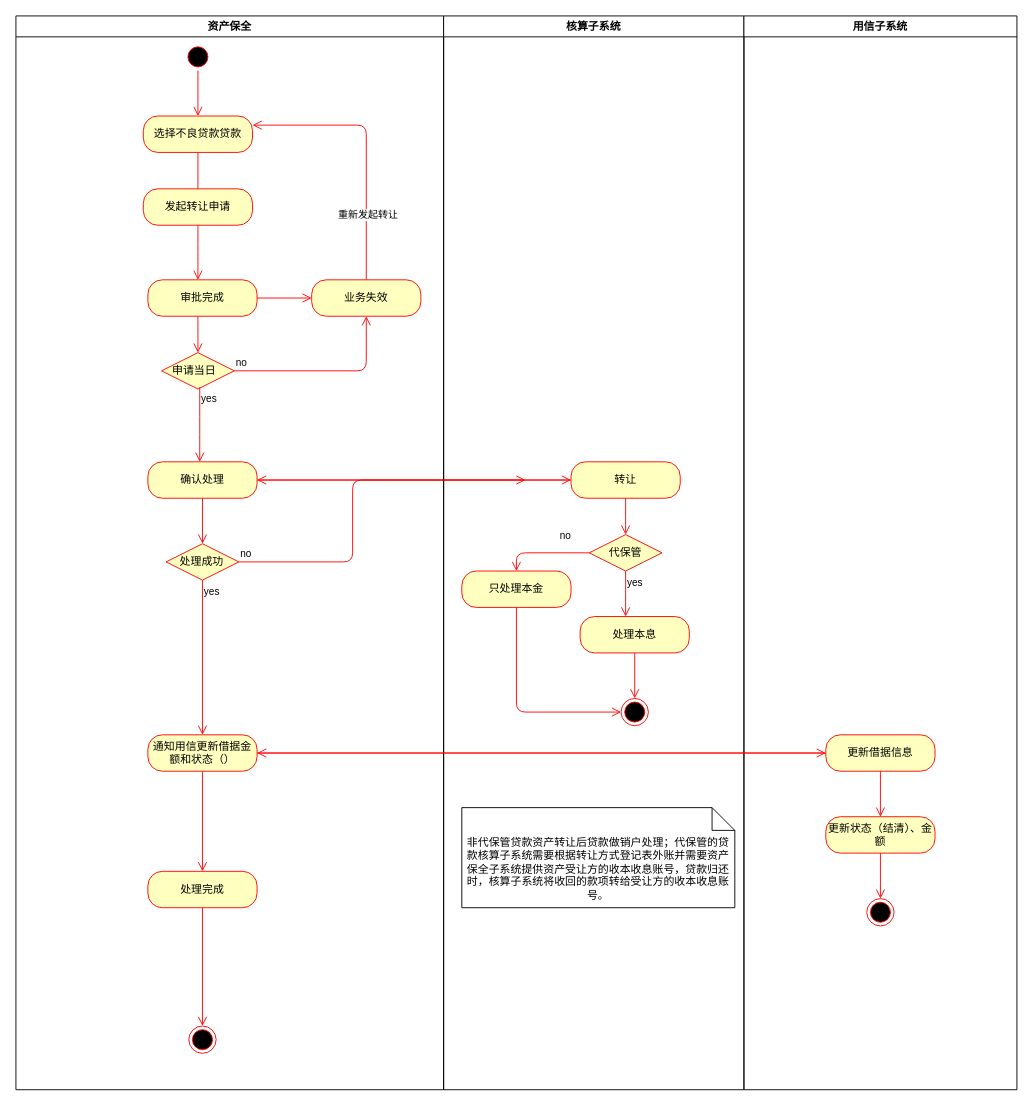
This is page "转让" (5 of 12) of 资产保全流程.drawio from MinDaHu/UML, a draw.io file, before an edit. Source tidied: cells renumbered, new cells numbered last; positions are measured from the earlier drawing's top-left corner, leaving out a move shared by most shapes. Both pictures are drawn from the tidied source at 91%, with x=0, y=0 at pixel (15, 15).
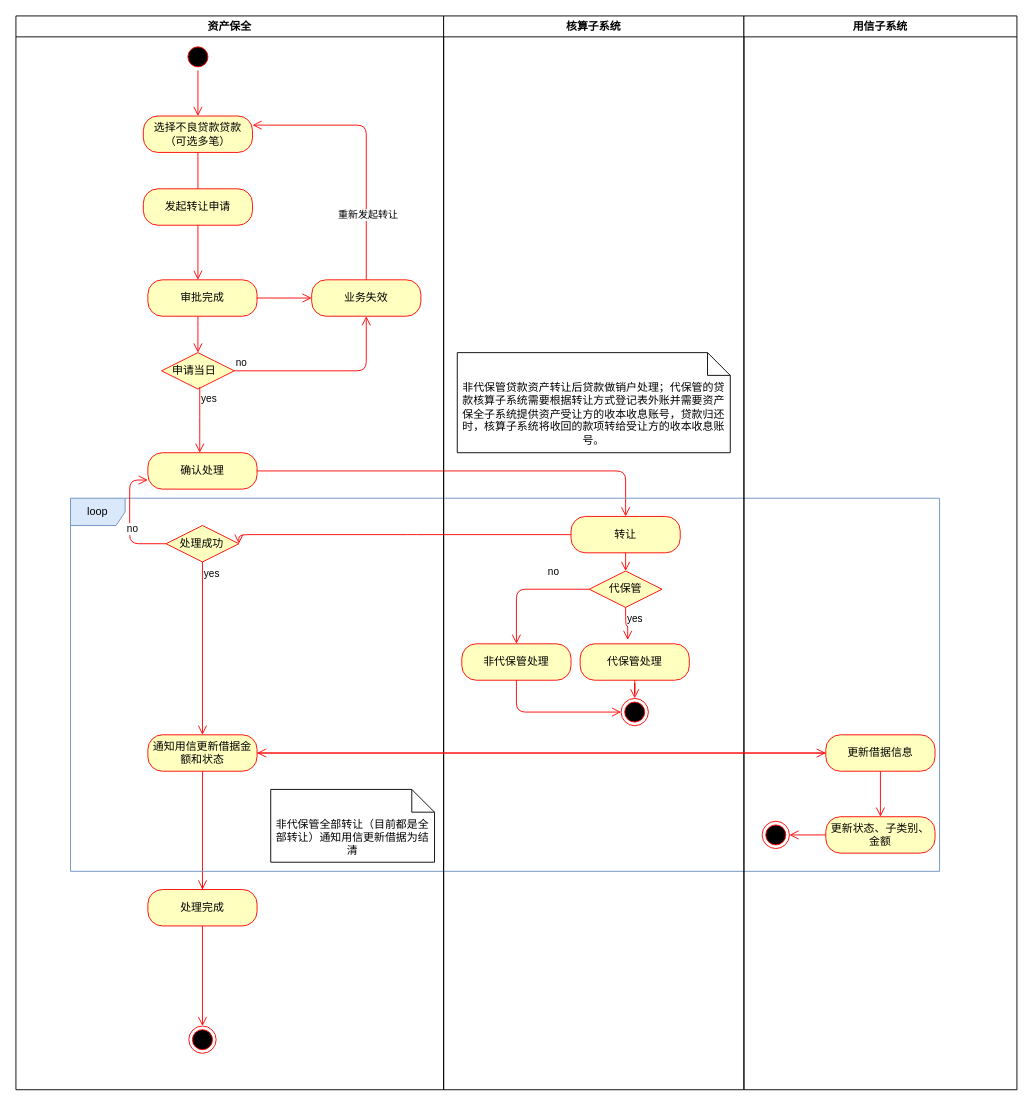
The same page after the edit.

Unchanged cells that the change refers to:
```xml
<mxCell id="22" value="资产保全" style="swimlane;align=center;" parent="1" vertex="1">
  <mxGeometry width="470" height="1180" as="geometry" />
</mxCell>
<mxCell id="29" value="核算子系统" style="swimlane;align=center;" parent="1" vertex="1">
  <mxGeometry x="470" width="330" height="1180" as="geometry" />
</mxCell>
<mxCell id="42" value="用信子系统" style="swimlane;align=center;" parent="1" vertex="1">
  <mxGeometry x="800" width="300" height="1180" as="geometry" />
</mxCell>
```

Diff of the diagram source:
```diff
@@
-    <mxCell id="3" value="选择不良贷款贷款" style="rounded=1;whiteSpace=wrap;html=1;arcSize=40;fontColor=#000000;fillColor=#ffffc0;strokeColor=#ff0000;align=center;" parent="1" vertex="1">
+    <mxCell id="3" value="选择不良贷款贷款（可选多笔）" style="rounded=1;whiteSpace=wrap;html=1;arcSize=40;fontColor=#000000;fillColor=#ffffc0;strokeColor=#ff0000;align=center;" parent="1" vertex="1">
       <mxGeometry x="140" y="110" width="120" height="40" as="geometry" />
     </mxCell>
@@
-    <mxCell id="10" style="edgeStyle=orthogonalEdgeStyle;jettySize=auto;html=1;endArrow=open;endSize=8;strokeColor=#ff0000;" parent="1" edge="1" source="12">
-      <mxGeometry relative="1" as="geometry">
-        <mxPoint x="610" y="510" as="targetPoint" />
-      </mxGeometry>
+    <mxCell id="10" style="edgeStyle=orthogonalEdgeStyle;jettySize=auto;html=1;endArrow=open;endSize=8;strokeColor=#ff0000;entryX=0.5;entryY=0;entryDx=0;entryDy=0;" parent="1" edge="1" source="12" target="30">
+      <mxGeometry relative="1" as="geometry" />
     </mxCell>
-    <mxCell id="11" style="edgeStyle=orthogonalEdgeStyle;jettySize=auto;html=1;entryX=0.5;entryY=0;entryDx=0;entryDy=0;endArrow=open;endSize=8;strokeColor=#ff0000;" parent="1" edge="1" source="12" target="19">
-      <mxGeometry relative="1" as="geometry" />
-    </mxCell>
-    <mxCell id="12" value="确认处理" style="rounded=1;whiteSpace=wrap;html=1;arcSize=40;fontColor=#000000;fillColor=#ffffc0;strokeColor=#ff0000;align=center;" parent="1" vertex="1">
-      <mxGeometry x="145" y="490" width="120" height="40" as="geometry" />
-    </mxCell>
@@
-    <mxCell id="18" value="yes" style="edgeStyle=orthogonalEdgeStyle;html=1;align=left;verticalAlign=top;endArrow=open;endSize=8;strokeColor=#ff0000;entryX=0.417;entryY=0;entryDx=0;entryDy=0;entryPerimeter=0;" parent="1" edge="1">
+    <mxCell id="18" value="yes" style="edgeStyle=orthogonalEdgeStyle;html=1;align=left;verticalAlign=top;endArrow=open;endSize=8;strokeColor=#ff0000;" parent="1" edge="1">
       <mxGeometry x="-1" relative="1" as="geometry">
         <mxPoint x="202" y="408" as="sourcePoint" />
-        <mxPoint x="202" y="490" as="targetPoint" />
+        <mxPoint x="202" y="480" as="targetPoint" />
         <Array as="points">
           <mxPoint x="202" y="450" />
           <mxPoint x="202" y="450" />
         </Array>
       </mxGeometry>
     </mxCell>
-    <mxCell id="19" value="&amp;nbsp; &amp;nbsp; 处理成功" style="rhombus;whiteSpace=wrap;html=1;fillColor=#ffffc0;strokeColor=#ff0000;align=left;" parent="1" vertex="1">
-      <mxGeometry x="165" y="580" width="80" height="40" as="geometry" />
-    </mxCell>
-    <mxCell id="20" value="no" style="edgeStyle=orthogonalEdgeStyle;html=1;align=left;verticalAlign=bottom;endArrow=open;endSize=8;strokeColor=#ff0000;" parent="1" edge="1" source="19">
-      <mxGeometry x="-1" relative="1" as="geometry">
-        <mxPoint x="560" y="510" as="targetPoint" />
-        <Array as="points">
-          <mxPoint x="370" y="600" />
-          <mxPoint x="370" y="510" />
-        </Array>
-      </mxGeometry>
-    </mxCell>
-    <mxCell id="21" value="yes" style="edgeStyle=orthogonalEdgeStyle;html=1;align=left;verticalAlign=top;endArrow=open;endSize=8;strokeColor=#ff0000;" parent="1" edge="1" source="19" target="26">
-      <mxGeometry x="-1" relative="1" as="geometry" />
-    </mxCell>
@@
-    <mxCell id="26" value="通知用信更新借据金额和状态（）" style="rounded=1;whiteSpace=wrap;html=1;arcSize=40;fontColor=#000000;fillColor=#ffffc0;strokeColor=#ff0000;align=center;" parent="22" vertex="1">
+    <mxCell id="26" value="通知用信更新借据金额和状态" style="rounded=1;whiteSpace=wrap;html=1;arcSize=40;fontColor=#000000;fillColor=#ffffc0;strokeColor=#ff0000;align=center;" parent="22" vertex="1">
       <mxGeometry x="145" y="790" width="120" height="40" as="geometry" />
     </mxCell>
@@
     <mxCell id="28" value="处理完成" style="rounded=1;whiteSpace=wrap;html=1;arcSize=40;fontColor=#000000;fillColor=#ffffc0;strokeColor=#ff0000;align=center;" parent="22" vertex="1">
-      <mxGeometry x="145" y="940" width="120" height="40" as="geometry" />
+      <mxGeometry x="145" y="960" width="120" height="40" as="geometry" />
     </mxCell>
+    <mxCell id="50" value="非代保管全部转让（目前都是全部转让）通知用信更新借据为结清" style="shape=note2;boundedLbl=1;whiteSpace=wrap;html=1;size=25;verticalAlign=top;align=center;" parent="22" vertex="1">
+      <mxGeometry x="280" y="850" width="180" height="80" as="geometry" />
+    </mxCell>
+    <mxCell id="51" value="loop" style="shape=umlFrame;whiteSpace=wrap;html=1;align=center;fillColor=#dae8fc;strokeColor=#6c8ebf;" parent="22" vertex="1">
+      <mxGeometry x="60" y="530" width="955" height="410" as="geometry" />
+    </mxCell>
+    <mxCell id="52" style="edgeStyle=orthogonalEdgeStyle;jettySize=auto;html=1;entryX=0;entryY=0.75;entryDx=0;entryDy=0;endArrow=open;endSize=8;strokeColor=#ff0000;" parent="22" edge="1" source="19" target="12">
+      <mxGeometry relative="1" as="geometry">
+        <Array as="points">
+          <mxPoint x="125" y="580" />
+          <mxPoint x="125" y="510" />
+        </Array>
+      </mxGeometry>
+    </mxCell>
+    <mxCell id="20" value="no" style="edgeLabel;html=1;align=center;verticalAlign=middle;" parent="52" vertex="1">
+      <mxGeometry x="-0.42" y="-17" relative="1" as="geometry" />
+    </mxCell>
+    <mxCell id="19" value="&amp;nbsp; &amp;nbsp; 处理成功" style="rhombus;whiteSpace=wrap;html=1;fillColor=#ffffc0;strokeColor=#ff0000;align=left;" parent="22" vertex="1">
+      <mxGeometry x="165" y="560" width="80" height="40" as="geometry" />
+    </mxCell>
+    <mxCell id="21" value="yes" style="edgeStyle=orthogonalEdgeStyle;html=1;align=left;verticalAlign=top;endArrow=open;endSize=8;strokeColor=#ff0000;" parent="22" edge="1" source="19" target="26">
+      <mxGeometry x="-1" relative="1" as="geometry" />
+    </mxCell>
+    <mxCell id="12" value="确认处理" style="rounded=1;whiteSpace=wrap;html=1;arcSize=40;fontColor=#000000;fillColor=#ffffc0;strokeColor=#ff0000;align=center;" parent="22" vertex="1">
+      <mxGeometry x="145" y="480" width="120" height="40" as="geometry" />
+    </mxCell>
@@
     <mxCell id="30" value="转让" style="rounded=1;whiteSpace=wrap;html=1;arcSize=40;fontColor=#000000;fillColor=#ffffc0;strokeColor=#ff0000;align=center;" parent="29" vertex="1">
-      <mxGeometry x="140" y="490" width="120" height="40" as="geometry" />
+      <mxGeometry x="140" y="550" width="120" height="40" as="geometry" />
     </mxCell>
-    <mxCell id="31" style="edgeStyle=orthogonalEdgeStyle;html=1;verticalAlign=bottom;endArrow=open;endSize=8;strokeColor=#ff0000;" parent="29" edge="1" source="30">
-      <mxGeometry relative="1" as="geometry">
-        <mxPoint x="200" y="570" as="targetPoint" />
-      </mxGeometry>
+    <mxCell id="31" style="edgeStyle=orthogonalEdgeStyle;html=1;verticalAlign=bottom;endArrow=open;endSize=8;strokeColor=#ff0000;entryX=0.5;entryY=0;entryDx=0;entryDy=0;" parent="29" edge="1" source="30" target="32">
+      <mxGeometry relative="1" as="geometry" />
     </mxCell>
     <mxCell id="32" value="代保管" style="rhombus;whiteSpace=wrap;html=1;fillColor=#ffffc0;strokeColor=#ff0000;align=center;" parent="29" vertex="1">
-      <mxGeometry x="160" y="570" width="80" height="40" as="geometry" />
+      <mxGeometry x="160" y="610" width="80" height="40" as="geometry" />
     </mxCell>
@@
-    <mxCell id="34" value="yes" style="edgeStyle=orthogonalEdgeStyle;html=1;align=left;verticalAlign=top;endArrow=open;endSize=8;strokeColor=#ff0000;" parent="29" edge="1" source="32">
-      <mxGeometry x="-1" relative="1" as="geometry">
-        <mxPoint x="200" y="660" as="targetPoint" />
-      </mxGeometry>
+    <mxCell id="34" value="yes" style="edgeStyle=orthogonalEdgeStyle;html=1;align=left;verticalAlign=top;endArrow=open;endSize=8;strokeColor=#ff0000;entryX=0.436;entryY=-0.106;entryDx=0;entryDy=0;entryPerimeter=0;" parent="29" edge="1" source="32" target="38">
+      <mxGeometry x="-1" relative="1" as="geometry" />
     </mxCell>
-    <mxCell id="35" value="只处理本金" style="rounded=1;whiteSpace=wrap;html=1;arcSize=40;fontColor=#000000;fillColor=#ffffc0;strokeColor=#ff0000;align=center;" parent="29" vertex="1">
-      <mxGeometry x="20" y="610" width="120" height="40" as="geometry" />
+    <mxCell id="35" value="非代保管处理" style="rounded=1;whiteSpace=wrap;html=1;arcSize=40;fontColor=#000000;fillColor=#ffffc0;strokeColor=#ff0000;align=center;" parent="29" vertex="1">
+      <mxGeometry x="20" y="690" width="120" height="40" as="geometry" />
     </mxCell>
@@
-    <mxCell id="38" value="处理本息" style="rounded=1;whiteSpace=wrap;html=1;arcSize=40;fontColor=#000000;fillColor=#ffffc0;strokeColor=#ff0000;align=center;" parent="29" vertex="1">
-      <mxGeometry x="150" y="660" width="120" height="40" as="geometry" />
+    <mxCell id="38" value="代保管处理" style="rounded=1;whiteSpace=wrap;html=1;arcSize=40;fontColor=#000000;fillColor=#ffffc0;strokeColor=#ff0000;align=center;" parent="29" vertex="1">
+      <mxGeometry x="150" y="690" width="120" height="40" as="geometry" />
     </mxCell>
@@
     <mxCell id="40" value="非代保管贷款资产转让后贷款做销户处理；代保管的贷款核算子系统需要根据转让方式登记表外账并需要资产保全子系统提供资产受让方的收本收息账号，贷款归还时，核算子系统将收回的款项转给受让方的收本收息账号。" style="shape=note2;boundedLbl=1;whiteSpace=wrap;html=1;size=25;verticalAlign=top;align=center;" parent="29" vertex="1">
-      <mxGeometry x="20" y="870" width="300" height="110" as="geometry" />
+      <mxGeometry x="15" y="370" width="300" height="110" as="geometry" />
     </mxCell>
-    <mxCell id="41" style="edgeStyle=orthogonalEdgeStyle;jettySize=auto;html=1;entryX=1;entryY=0.5;entryDx=0;entryDy=0;endArrow=open;endSize=8;strokeColor=#ff0000;" parent="1" edge="1" source="30" target="12">
-      <mxGeometry relative="1" as="geometry" />
+    <mxCell id="41" style="edgeStyle=orthogonalEdgeStyle;jettySize=auto;html=1;entryX=1;entryY=0.5;entryDx=0;entryDy=0;endArrow=open;endSize=8;strokeColor=#ff0000;" parent="1" edge="1" source="30" target="19">
+      <mxGeometry relative="1" as="geometry">
+        <Array as="points">
+          <mxPoint x="430" y="570" />
+          <mxPoint x="430" y="570" />
+        </Array>
+      </mxGeometry>
     </mxCell>
@@
-    <mxCell id="45" style="edgeStyle=orthogonalEdgeStyle;jettySize=auto;html=1;entryX=0.5;entryY=0;entryDx=0;entryDy=0;endArrow=open;endSize=8;strokeColor=#ff0000;" parent="42" edge="1" source="46" target="47">
-      <mxGeometry relative="1" as="geometry" />
-    </mxCell>
-    <mxCell id="46" value="更新状态（结清）、金额" style="rounded=1;whiteSpace=wrap;html=1;arcSize=40;fontColor=#000000;fillColor=#ffffc0;strokeColor=#ff0000;align=center;" parent="42" vertex="1">
+    <mxCell id="46" value="更新状态、子类别、金额" style="rounded=1;whiteSpace=wrap;html=1;arcSize=40;fontColor=#000000;fillColor=#ffffc0;strokeColor=#ff0000;align=center;" parent="42" vertex="1">
       <mxGeometry x="90" y="880" width="120" height="40" as="geometry" />
     </mxCell>
-    <mxCell id="47" style="ellipse;html=1;shape=endState;fillColor=#000000;strokeColor=#ff0000;align=center;" parent="42" vertex="1">
-      <mxGeometry x="135" y="970" width="30" height="30" as="geometry" />
-    </mxCell>
@@
+    <mxCell id="45" style="edgeStyle=orthogonalEdgeStyle;jettySize=auto;html=1;entryX=1;entryY=0.5;entryDx=0;entryDy=0;endArrow=open;endSize=8;strokeColor=#ff0000;" parent="1" edge="1" source="46" target="47">
+      <mxGeometry relative="1" as="geometry" />
+    </mxCell>
+    <mxCell id="47" style="ellipse;html=1;shape=endState;fillColor=#000000;strokeColor=#ff0000;align=center;" parent="1" vertex="1">
+      <mxGeometry x="820" y="885" width="30" height="30" as="geometry" />
+    </mxCell>
```
